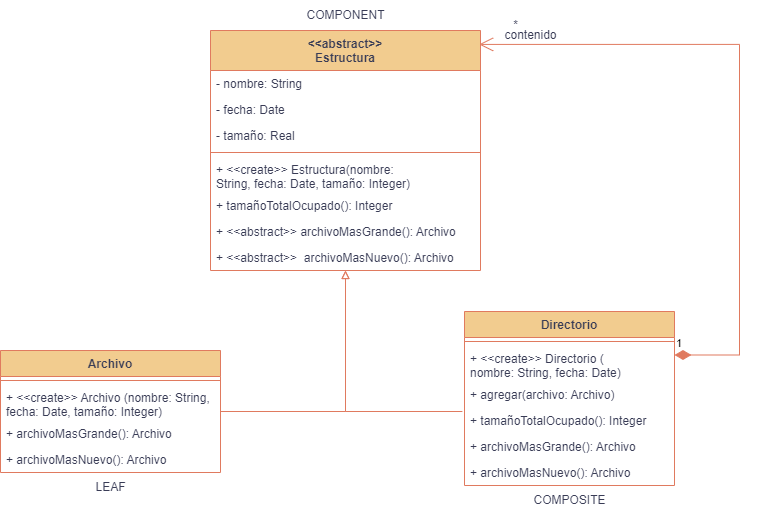
This is PATRONES/UML/Punto5-UML.png from agusrnfr/OO2, a draw.io export, as it was before one commit. Source tidied: cells renumbered, new cells last; positions are measured from the earlier drawing's top-left corner, leaving out a move shared by most shapes.
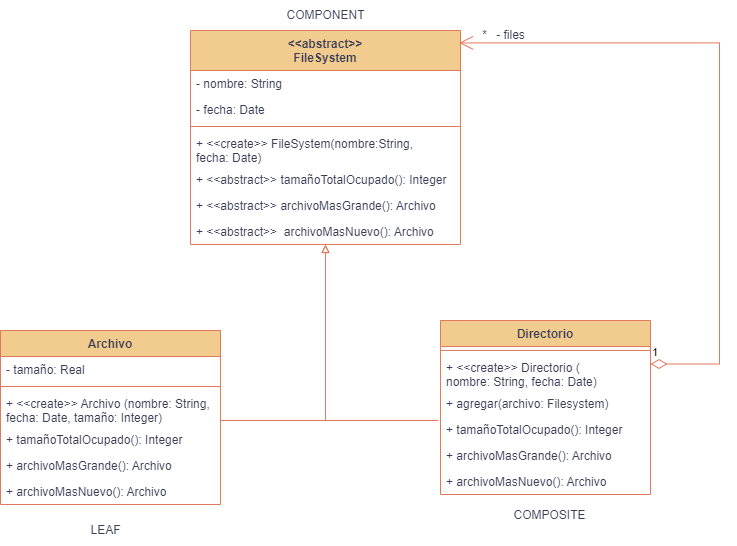
Above is the later version.

Commit message:
correccion punto 5

Diff of the diagram source:
```diff
@@ -6,7 +6,7 @@
       <mxGeometry relative="1" as="geometry" />
     </mxCell>
     <mxCell id="3" value="Directorio" style="swimlane;fontStyle=1;align=center;verticalAlign=top;horizontal=1;startSize=26;labelBackgroundColor=none;fillColor=#F2CC8F;strokeColor=#E07A5F;fontColor=#393C56;" parent="1" vertex="1">
-      <mxGeometry x="464" y="311" width="210" height="174" as="geometry" />
+      <mxGeometry x="460" y="320" width="210" height="174" as="geometry" />
     </mxCell>
     <mxCell id="4" style="line;strokeWidth=1;fillColor=none;align=left;verticalAlign=middle;spacingTop=-1;spacingLeft=3;spacingRight=3;labelPosition=right;strokeColor=#E07A5F;labelBackgroundColor=none;fontColor=#393C56;" parent="3" vertex="1">
       <mxGeometry y="26" width="210" height="8" as="geometry" />
@@ -14,7 +14,7 @@
     <mxCell id="5" value="+ &lt;&lt;create&gt;&gt; Directorio (&#10;nombre: String, fecha: Date)" style="text;strokeColor=none;fillColor=none;align=left;verticalAlign=top;spacingLeft=4;spacingRight=4;overflow=hidden;labelBackgroundColor=none;fontColor=#393C56;" parent="3" vertex="1">
       <mxGeometry y="34" width="210" height="36" as="geometry" />
     </mxCell>
-    <mxCell id="6" value="+ agregar(archivo: Archivo)" style="text;strokeColor=none;fillColor=none;align=left;verticalAlign=top;spacingLeft=4;spacingRight=4;overflow=hidden;labelBackgroundColor=none;fontColor=#393C56;" parent="3" vertex="1">
+    <mxCell id="6" value="+ agregar(archivo: Filesystem)" style="text;strokeColor=none;fillColor=none;align=left;verticalAlign=top;spacingLeft=4;spacingRight=4;overflow=hidden;labelBackgroundColor=none;fontColor=#393C56;" parent="3" vertex="1">
       <mxGeometry y="70" width="210" height="26" as="geometry" />
     </mxCell>
     <mxCell id="7" value="+ tamañoTotalOcupado(): Integer" style="text;strokeColor=none;fillColor=none;align=left;verticalAlign=top;spacingLeft=4;spacingRight=4;overflow=hidden;points=[[0,0.5],[1,0.5]];portConstraint=eastwest;labelBackgroundColor=none;fontColor=#393C56;" parent="3" vertex="1">
@@ -27,16 +27,21 @@
       <mxGeometry y="148" width="210" height="26" as="geometry" />
     </mxCell>
     <mxCell id="10" style="edgeStyle=orthogonalEdgeStyle;rounded=0;jettySize=auto;html=1;endArrow=block;endFill=0;exitX=1;exitY=0.5;exitDx=0;exitDy=0;labelBackgroundColor=none;strokeColor=#E07A5F;fontColor=default;" parent="1" edge="1" source="26" target="13">
-      <mxGeometry relative="1" as="geometry" />
+      <mxGeometry relative="1" as="geometry">
+        <Array as="points">
+          <mxPoint x="240" y="420" />
+          <mxPoint x="345" y="420" />
+        </Array>
+      </mxGeometry>
     </mxCell>
-    <mxCell id="11" value="contenido" style="text;html=1;align=center;verticalAlign=middle;strokeColor=none;fillColor=none;labelBackgroundColor=none;fontColor=#393C56;" parent="1" vertex="1">
-      <mxGeometry x="490" y="20" width="80" height="30" as="geometry" />
+    <mxCell id="11" value="- files" style="text;html=1;align=center;verticalAlign=middle;strokeColor=none;fillColor=none;labelBackgroundColor=none;fontColor=#393C56;" parent="1" vertex="1">
+      <mxGeometry x="505" y="20" width="50" height="30" as="geometry" />
     </mxCell>
     <mxCell id="12" value="*" style="text;html=1;align=center;verticalAlign=middle;strokeColor=none;fillColor=none;labelBackgroundColor=none;fontColor=#393C56;" parent="1" vertex="1">
-      <mxGeometry x="500" y="10" width="30" height="30" as="geometry" />
+      <mxGeometry x="489" y="20" width="30" height="30" as="geometry" />
     </mxCell>
-    <mxCell id="13" value="&lt;&lt;abstract&gt;&gt;&#10;Estructura" style="swimlane;fontStyle=1;align=center;verticalAlign=top;horizontal=1;startSize=40;labelBackgroundColor=none;fillColor=#F2CC8F;strokeColor=#E07A5F;fontColor=#393C56;" parent="1" vertex="1">
-      <mxGeometry x="210" y="30" width="270" height="240" as="geometry" />
+    <mxCell id="13" value="&lt;&lt;abstract&gt;&gt;&#10;FileSystem" style="swimlane;fontStyle=1;align=center;verticalAlign=top;horizontal=1;startSize=40;labelBackgroundColor=none;fillColor=#F2CC8F;strokeColor=#E07A5F;fontColor=#393C56;" parent="1" vertex="1">
+      <mxGeometry x="210" y="30" width="270" height="214" as="geometry" />
     </mxCell>
     <mxCell id="14" value="- nombre: String" style="text;strokeColor=none;fillColor=none;align=left;verticalAlign=top;spacingLeft=4;spacingRight=4;overflow=hidden;labelBackgroundColor=none;fontColor=#393C56;" parent="13" vertex="1">
       <mxGeometry y="40" width="270" height="26" as="geometry" />
@@ -44,55 +49,58 @@
     <mxCell id="15" value="- fecha: Date" style="text;strokeColor=none;fillColor=none;align=left;verticalAlign=top;spacingLeft=4;spacingRight=4;overflow=hidden;labelBackgroundColor=none;fontColor=#393C56;" parent="13" vertex="1">
       <mxGeometry y="66" width="270" height="26" as="geometry" />
     </mxCell>
-    <mxCell id="16" value="- tamaño: Real" style="text;strokeColor=none;fillColor=none;align=left;verticalAlign=top;spacingLeft=4;spacingRight=4;overflow=hidden;labelBackgroundColor=none;fontColor=#393C56;" parent="13" vertex="1">
-      <mxGeometry y="92" width="270" height="26" as="geometry" />
-    </mxCell>
     <mxCell id="17" style="line;strokeWidth=1;fillColor=none;align=left;verticalAlign=middle;spacingTop=-1;spacingLeft=3;spacingRight=3;labelPosition=right;strokeColor=#E07A5F;labelBackgroundColor=none;fontColor=#393C56;" parent="13" vertex="1">
-      <mxGeometry y="118" width="270" height="8" as="geometry" />
+      <mxGeometry y="92" width="270" height="8" as="geometry" />
     </mxCell>
-    <mxCell id="18" value="+ &lt;&lt;create&gt;&gt; Estructura(nombre: &#10;String, fecha: Date, tamaño: Integer)" style="text;strokeColor=none;fillColor=none;align=left;verticalAlign=top;spacingLeft=4;spacingRight=4;overflow=hidden;labelBackgroundColor=none;fontColor=#393C56;" parent="13" vertex="1">
-      <mxGeometry y="126" width="270" height="36" as="geometry" />
+    <mxCell id="18" value="+ &lt;&lt;create&gt;&gt; FileSystem(nombre:String, &#10;fecha: Date)" style="text;strokeColor=none;fillColor=none;align=left;verticalAlign=top;spacingLeft=4;spacingRight=4;overflow=hidden;labelBackgroundColor=none;fontColor=#393C56;" parent="13" vertex="1">
+      <mxGeometry y="100" width="270" height="36" as="geometry" />
     </mxCell>
-    <mxCell id="19" value="+ tamañoTotalOcupado(): Integer" style="text;strokeColor=none;fillColor=none;align=left;verticalAlign=top;spacingLeft=4;spacingRight=4;overflow=hidden;labelBackgroundColor=none;fontColor=#393C56;" parent="13" vertex="1">
-      <mxGeometry y="162" width="270" height="26" as="geometry" />
+    <mxCell id="19" value="+ &lt;&lt;abstract&gt;&gt; tamañoTotalOcupado(): Integer" style="text;strokeColor=none;fillColor=none;align=left;verticalAlign=top;spacingLeft=4;spacingRight=4;overflow=hidden;labelBackgroundColor=none;fontColor=#393C56;" parent="13" vertex="1">
+      <mxGeometry y="136" width="270" height="26" as="geometry" />
     </mxCell>
     <mxCell id="20" value="+ &lt;&lt;abstract&gt;&gt; archivoMasGrande(): Archivo" style="text;strokeColor=none;fillColor=none;align=left;verticalAlign=top;spacingLeft=4;spacingRight=4;overflow=hidden;labelBackgroundColor=none;fontColor=#393C56;" parent="13" vertex="1">
-      <mxGeometry y="188" width="270" height="26" as="geometry" />
+      <mxGeometry y="162" width="270" height="26" as="geometry" />
     </mxCell>
     <mxCell id="21" value="+ &lt;&lt;abstract&gt;&gt;  archivoMasNuevo(): Archivo" style="text;strokeColor=none;fillColor=none;align=left;verticalAlign=top;spacingLeft=4;spacingRight=4;overflow=hidden;labelBackgroundColor=none;fontColor=#393C56;" parent="13" vertex="1">
-      <mxGeometry y="214" width="270" height="26" as="geometry" />
+      <mxGeometry y="188" width="270" height="26" as="geometry" />
     </mxCell>
     <mxCell id="22" value="LEAF" style="text;html=1;align=center;verticalAlign=middle;strokeColor=none;fillColor=none;labelBackgroundColor=none;fontColor=#393C56;" parent="1" vertex="1">
-      <mxGeometry x="85" y="472" width="50" height="30" as="geometry" />
+      <mxGeometry x="100" y="515" width="50" height="30" as="geometry" />
     </mxCell>
     <mxCell id="23" value="COMPONENT" style="text;html=1;align=center;verticalAlign=middle;strokeColor=none;fillColor=none;labelBackgroundColor=none;fontColor=#393C56;" parent="1" vertex="1">
       <mxGeometry x="295" width="100" height="30" as="geometry" />
     </mxCell>
     <mxCell id="24" value="COMPOSITE" style="text;html=1;align=center;verticalAlign=middle;strokeColor=none;fillColor=none;labelBackgroundColor=none;fontColor=#393C56;" parent="1" vertex="1">
-      <mxGeometry x="519" y="485" width="100" height="30" as="geometry" />
+      <mxGeometry x="519" y="500" width="100" height="30" as="geometry" />
     </mxCell>
-    <mxCell id="25" value="1" style="endArrow=open;html=1;endSize=12;startArrow=diamondThin;startSize=14;startFill=1;edgeStyle=orthogonalEdgeStyle;align=left;verticalAlign=bottom;rounded=0;exitX=1;exitY=0.25;exitDx=0;exitDy=0;entryX=0.995;entryY=0.058;entryDx=0;entryDy=0;entryPerimeter=0;labelBackgroundColor=none;strokeColor=#E07A5F;fontColor=default;" parent="1" edge="1" source="3" target="13">
+    <mxCell id="25" value="1" style="endArrow=open;html=1;endSize=12;startArrow=diamondThin;startSize=14;startFill=0;edgeStyle=orthogonalEdgeStyle;align=left;verticalAlign=bottom;rounded=0;exitX=1;exitY=0.25;exitDx=0;exitDy=0;entryX=0.995;entryY=0.058;entryDx=0;entryDy=0;entryPerimeter=0;labelBackgroundColor=none;strokeColor=#E07A5F;fontColor=default;" parent="1" edge="1" source="3" target="13">
       <mxGeometry x="-1" y="3" relative="1" as="geometry">
         <Array as="points">
-          <mxPoint x="739" y="355" />
-          <mxPoint x="739" y="44" />
+          <mxPoint x="739" y="364" />
+          <mxPoint x="739" y="42" />
         </Array>
       </mxGeometry>
     </mxCell>
     <mxCell id="26" value="Archivo" style="swimlane;fontStyle=1;align=center;verticalAlign=top;horizontal=1;startSize=26;labelBackgroundColor=none;fillColor=#F2CC8F;strokeColor=#E07A5F;fontColor=#393C56;" parent="1" vertex="1">
-      <mxGeometry y="350" width="220" height="122" as="geometry" />
+      <mxGeometry x="20" y="330" width="220" height="174" as="geometry" />
     </mxCell>
+    <mxCell id="16" value="- tamaño: Real" style="text;strokeColor=none;fillColor=none;align=left;verticalAlign=top;spacingLeft=4;spacingRight=4;overflow=hidden;labelBackgroundColor=none;fontColor=#393C56;" parent="26" vertex="1">
+      <mxGeometry y="26" width="220" height="26" as="geometry" />
+    </mxCell>
     <mxCell id="27" style="line;strokeWidth=1;fillColor=none;align=left;verticalAlign=middle;spacingTop=-1;spacingLeft=3;spacingRight=3;labelPosition=right;strokeColor=#E07A5F;labelBackgroundColor=none;fontColor=#393C56;" parent="26" vertex="1">
-      <mxGeometry y="26" width="220" height="8" as="geometry" />
+      <mxGeometry y="52" width="220" height="8" as="geometry" />
     </mxCell>
     <mxCell id="28" value="+ &lt;&lt;create&gt;&gt; Archivo (nombre: String, &#10;fecha: Date, tamaño: Integer)" style="text;strokeColor=none;fillColor=none;align=left;verticalAlign=top;spacingLeft=4;spacingRight=4;overflow=hidden;labelBackgroundColor=none;fontColor=#393C56;" parent="26" vertex="1">
-      <mxGeometry y="34" width="220" height="36" as="geometry" />
+      <mxGeometry y="60" width="220" height="36" as="geometry" />
     </mxCell>
+    <mxCell id="31" value="+ tamañoTotalOcupado(): Integer" style="text;strokeColor=none;fillColor=none;align=left;verticalAlign=top;spacingLeft=4;spacingRight=4;overflow=hidden;labelBackgroundColor=none;fontColor=#393C56;" parent="26" vertex="1">
+      <mxGeometry y="96" width="220" height="26" as="geometry" />
+    </mxCell>
     <mxCell id="29" value="+ archivoMasGrande(): Archivo" style="text;strokeColor=none;fillColor=none;align=left;verticalAlign=top;spacingLeft=4;spacingRight=4;overflow=hidden;labelBackgroundColor=none;fontColor=#393C56;" parent="26" vertex="1">
-      <mxGeometry y="70" width="220" height="26" as="geometry" />
+      <mxGeometry y="122" width="220" height="26" as="geometry" />
     </mxCell>
     <mxCell id="30" value="+ archivoMasNuevo(): Archivo" style="text;strokeColor=none;fillColor=none;align=left;verticalAlign=top;spacingLeft=4;spacingRight=4;overflow=hidden;labelBackgroundColor=none;fontColor=#393C56;" parent="26" vertex="1">
-      <mxGeometry y="96" width="220" height="26" as="geometry" />
+      <mxGeometry y="148" width="220" height="26" as="geometry" />
     </mxCell>
   </root>
 </mxGraphModel>
```
